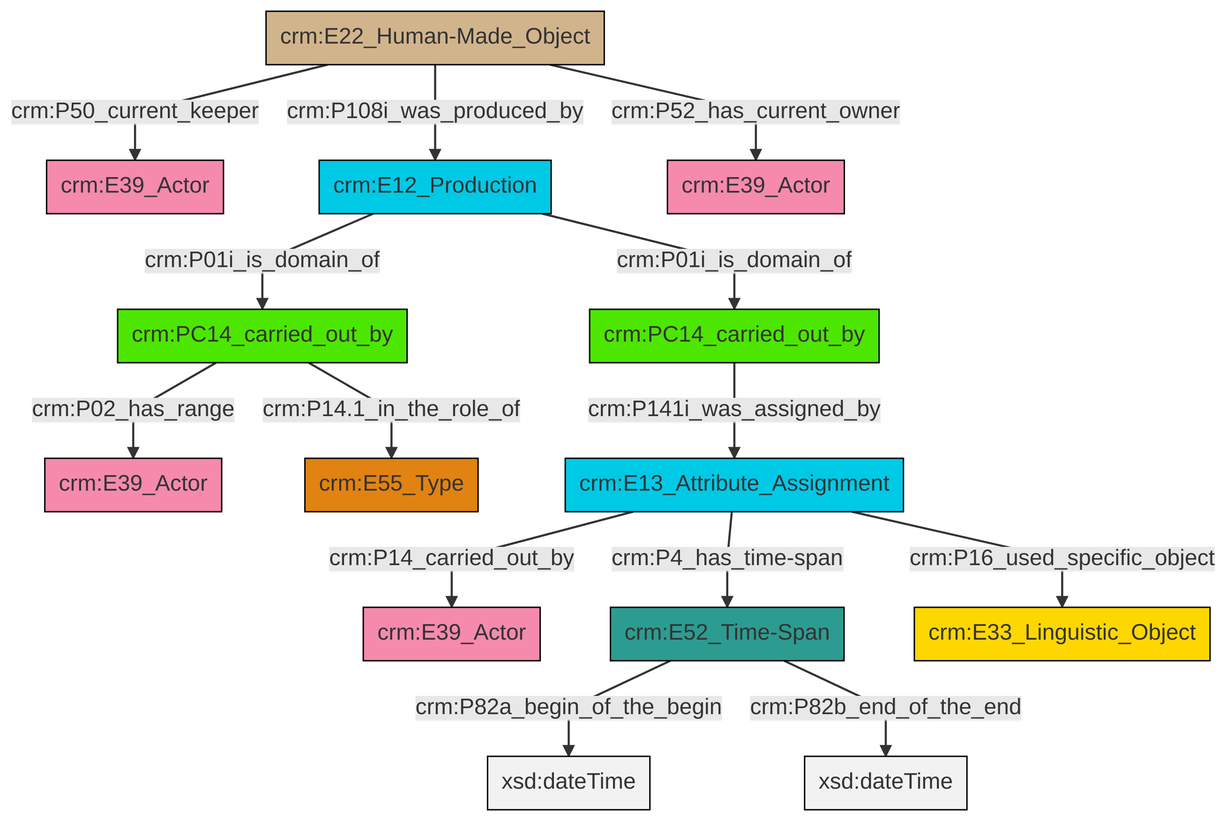
Before: et/carrierCSV/ttl/mmd/png/carrier_relations.png, a diagram exported from Mermaid (swiss-art-research-net/docs.swissartresearch). Its source is kept beside it as et/carrierCSV/ttl/mmd/carrier_relations.ttl.mmd.
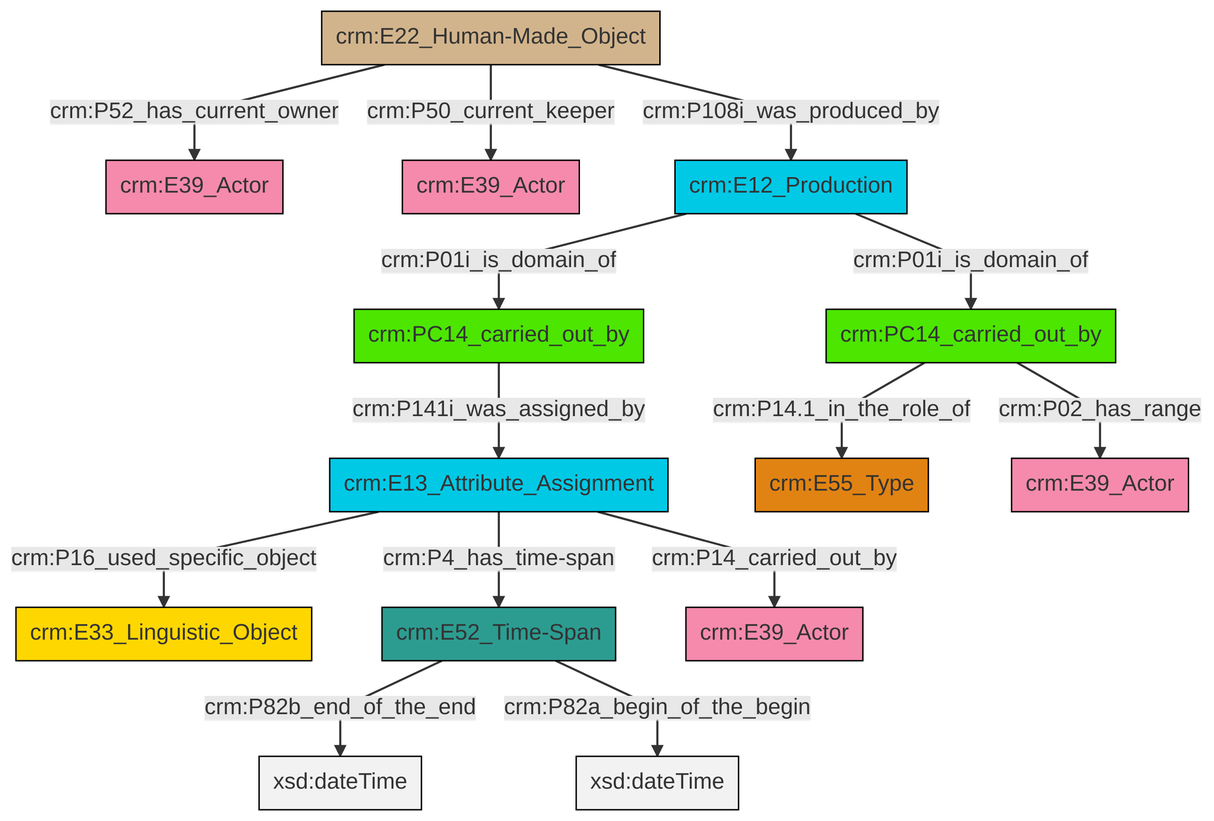
After the change.

Diff of the diagram source:
```diff
@@ -13,16 +13,16 @@
 classDef PC_Classes fill:#4ce600, stroke:#000000;
 classDef Multi fill:#cccccc,stroke:#000000;
 
-4["crm:E52_Time-Span"]:::Time-Span -->|crm:P82a_begin_of_the_begin| 5[xsd:dateTime]:::Literal
-10["crm:E13_Attribute_Assignment"]:::Temporal_Entity -->|crm:P14_carried_out_by| 0["crm:E39_Actor"]:::Actor
-8["crm:PC14_carried_out_by"]:::PC_Classes -->|crm:P02_has_range| 6["crm:E39_Actor"]:::Actor
-2["crm:PC14_carried_out_by"]:::PC_Classes -->|crm:P141i_was_assigned_by| 10["crm:E13_Attribute_Assignment"]:::Temporal_Entity
-8["crm:PC14_carried_out_by"]:::PC_Classes -->|crm:P14.1_in_the_role_of| 16["crm:E55_Type"]:::Type
-10["crm:E13_Attribute_Assignment"]:::Temporal_Entity -->|crm:P4_has_time-span| 4["crm:E52_Time-Span"]:::Time-Span
-19["crm:E22_Human-Made_Object"]:::Physical_Thing -->|crm:P50_current_keeper| 17["crm:E39_Actor"]:::Actor
-14["crm:E12_Production"]:::Temporal_Entity -->|crm:P01i_is_domain_of| 8["crm:PC14_carried_out_by"]:::PC_Classes
-19["crm:E22_Human-Made_Object"]:::Physical_Thing -->|crm:P108i_was_produced_by| 14["crm:E12_Production"]:::Temporal_Entity
-19["crm:E22_Human-Made_Object"]:::Physical_Thing -->|crm:P52_has_current_owner| 21["crm:E39_Actor"]:::Actor
-14["crm:E12_Production"]:::Temporal_Entity -->|crm:P01i_is_domain_of| 2["crm:PC14_carried_out_by"]:::PC_Classes
-4["crm:E52_Time-Span"]:::Time-Span -->|crm:P82b_end_of_the_end| 25[xsd:dateTime]:::Literal
-10["crm:E13_Attribute_Assignment"]:::Temporal_Entity -->|crm:P16_used_specific_object| 12["crm:E33_Linguistic_Object"]:::Conceptual_Object
+0["crm:E52_Time-Span"]:::Time-Span -->|crm:P82b_end_of_the_end| 1[xsd:dateTime]:::Literal
+4["crm:E22_Human-Made_Object"]:::Physical_Thing -->|crm:P52_has_current_owner| 5["crm:E39_Actor"]:::Actor
+8["crm:E13_Attribute_Assignment"]:::Temporal_Entity -->|crm:P16_used_specific_object| 9["crm:E33_Linguistic_Object"]:::Conceptual_Object
+8["crm:E13_Attribute_Assignment"]:::Temporal_Entity -->|crm:P4_has_time-span| 0["crm:E52_Time-Span"]:::Time-Span
+11["crm:E12_Production"]:::Temporal_Entity -->|crm:P01i_is_domain_of| 12["crm:PC14_carried_out_by"]:::PC_Classes
+4["crm:E22_Human-Made_Object"]:::Physical_Thing -->|crm:P50_current_keeper| 6["crm:E39_Actor"]:::Actor
+0["crm:E52_Time-Span"]:::Time-Span -->|crm:P82a_begin_of_the_begin| 13[xsd:dateTime]:::Literal
+8["crm:E13_Attribute_Assignment"]:::Temporal_Entity -->|crm:P14_carried_out_by| 14["crm:E39_Actor"]:::Actor
+15["crm:PC14_carried_out_by"]:::PC_Classes -->|crm:P14.1_in_the_role_of| 17["crm:E55_Type"]:::Type
+4["crm:E22_Human-Made_Object"]:::Physical_Thing -->|crm:P108i_was_produced_by| 11["crm:E12_Production"]:::Temporal_Entity
+11["crm:E12_Production"]:::Temporal_Entity -->|crm:P01i_is_domain_of| 15["crm:PC14_carried_out_by"]:::PC_Classes
+15["crm:PC14_carried_out_by"]:::PC_Classes -->|crm:P02_has_range| 2["crm:E39_Actor"]:::Actor
+12["crm:PC14_carried_out_by"]:::PC_Classes -->|crm:P141i_was_assigned_by| 8["crm:E13_Attribute_Assignment"]:::Temporal_Entity
```
